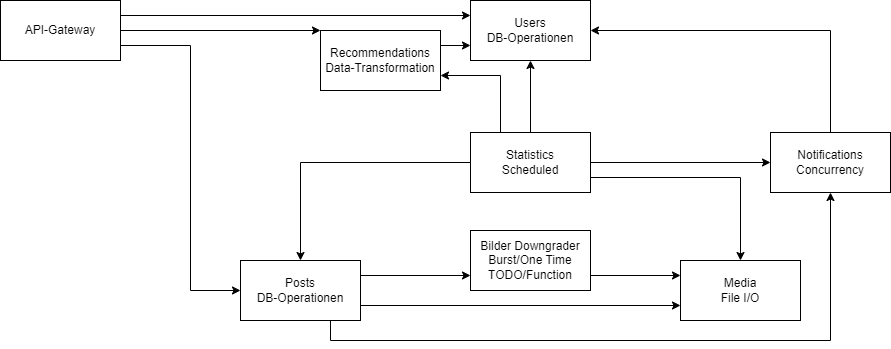
Above: assets/Overview.drawio.png in Tobias-Pe/distributed-systems-energy-efficiency (draw.io), before the change. Source tidied: cells renumbered, new cells last; positions are measured from the earlier drawing's top-left corner, leaving out a move shared by most shapes. The source it was exported from:
```xml
<mxGraphModel>
  <root>
    <mxCell id="0" />
    <mxCell id="1" parent="0" />
    <mxCell id="2" style="edgeStyle=orthogonalEdgeStyle;rounded=0;jettySize=auto;html=1;noEdgeStyle=1;orthogonal=1;exitX=1;exitY=0.25;exitDx=0;exitDy=0;" parent="1" edge="1" source="6" target="8">
      <mxGeometry relative="1" as="geometry" />
    </mxCell>
    <mxCell id="3" value="Users&lt;br&gt;DB-Operationen" style="rounded=0;whiteSpace=wrap;html=1;" parent="1" vertex="1">
      <mxGeometry x="470" width="120" height="60" as="geometry" />
    </mxCell>
    <mxCell id="4" style="edgeStyle=orthogonalEdgeStyle;rounded=0;jettySize=auto;html=1;noEdgeStyle=1;orthogonal=1;exitX=1;exitY=0.75;exitDx=0;exitDy=0;" parent="1" edge="1" source="6" target="19">
      <mxGeometry relative="1" as="geometry" />
    </mxCell>
    <mxCell id="5" style="edgeStyle=orthogonalEdgeStyle;rounded=0;jettySize=auto;html=1;exitX=0.75;exitY=1;exitDx=0;exitDy=0;entryX=0.5;entryY=1;entryDx=0;entryDy=0;" parent="1" edge="1" source="6" target="12">
      <mxGeometry relative="1" as="geometry" />
    </mxCell>
    <mxCell id="6" value="Posts&lt;br&gt;DB-Operationen" style="rounded=0;whiteSpace=wrap;html=1;" parent="1" vertex="1">
      <mxGeometry x="240" y="260" width="120" height="60" as="geometry" />
    </mxCell>
    <mxCell id="7" style="edgeStyle=orthogonalEdgeStyle;rounded=0;jettySize=auto;html=1;noEdgeStyle=1;orthogonal=1;exitX=1;exitY=0.75;exitDx=0;exitDy=0;" parent="1" edge="1" source="8" target="19">
      <mxGeometry relative="1" as="geometry" />
    </mxCell>
    <mxCell id="8" value="Bilder Downgrader&lt;br&gt;Burst/One Time TODO/Function" style="rounded=0;whiteSpace=wrap;html=1;" parent="1" vertex="1">
      <mxGeometry x="470" y="230" width="120" height="60" as="geometry" />
    </mxCell>
    <mxCell id="9" style="edgeStyle=orthogonalEdgeStyle;rounded=0;jettySize=auto;html=1;noEdgeStyle=1;orthogonal=1;entryX=0;entryY=0.75;entryDx=0;entryDy=0;exitX=1;exitY=0.25;exitDx=0;exitDy=0;" parent="1" edge="1" source="10" target="3">
      <mxGeometry relative="1" as="geometry" />
    </mxCell>
    <mxCell id="10" value="Recommendations&lt;div&gt;Data-Transformation&lt;/div&gt;" style="rounded=0;whiteSpace=wrap;html=1;" parent="1" vertex="1">
      <mxGeometry x="320" y="30" width="120" height="60" as="geometry" />
    </mxCell>
    <mxCell id="11" style="edgeStyle=orthogonalEdgeStyle;rounded=0;jettySize=auto;html=1;exitX=0.5;exitY=0;exitDx=0;exitDy=0;entryX=1;entryY=0.5;entryDx=0;entryDy=0;" parent="1" edge="1" source="12" target="3">
      <mxGeometry relative="1" as="geometry" />
    </mxCell>
    <mxCell id="12" value="Notifications&lt;div&gt;Concurrency&lt;/div&gt;" style="rounded=0;whiteSpace=wrap;html=1;" parent="1" vertex="1">
      <mxGeometry x="770" y="132" width="120" height="60" as="geometry" />
    </mxCell>
    <mxCell id="13" style="edgeStyle=orthogonalEdgeStyle;rounded=0;jettySize=auto;html=1;noEdgeStyle=1;orthogonal=1;" parent="1" edge="1" source="18" target="12">
      <mxGeometry relative="1" as="geometry" />
    </mxCell>
    <mxCell id="14" style="edgeStyle=orthogonalEdgeStyle;rounded=0;jettySize=auto;html=1;noEdgeStyle=1;orthogonal=1;entryX=0.5;entryY=0;entryDx=0;entryDy=0;exitX=0;exitY=0.5;exitDx=0;exitDy=0;" parent="1" edge="1" source="18" target="6">
      <mxGeometry relative="1" as="geometry">
        <Array as="points">
          <mxPoint x="300" y="162" />
        </Array>
      </mxGeometry>
    </mxCell>
    <mxCell id="15" style="edgeStyle=orthogonalEdgeStyle;rounded=0;jettySize=auto;html=1;noEdgeStyle=1;orthogonal=1;entryX=1;entryY=0.75;entryDx=0;entryDy=0;" parent="1" edge="1" source="18" target="10">
      <mxGeometry relative="1" as="geometry">
        <Array as="points">
          <mxPoint x="500" y="75" />
        </Array>
      </mxGeometry>
    </mxCell>
    <mxCell id="16" style="edgeStyle=orthogonalEdgeStyle;rounded=0;jettySize=auto;html=1;noEdgeStyle=1;orthogonal=1;" parent="1" edge="1" source="18" target="3">
      <mxGeometry relative="1" as="geometry" />
    </mxCell>
    <mxCell id="17" style="edgeStyle=orthogonalEdgeStyle;rounded=0;jettySize=auto;html=1;noEdgeStyle=1;orthogonal=1;exitX=1;exitY=0.75;exitDx=0;exitDy=0;" parent="1" edge="1" source="18" target="19">
      <mxGeometry relative="1" as="geometry">
        <Array as="points">
          <mxPoint x="740" y="177" />
        </Array>
      </mxGeometry>
    </mxCell>
    <mxCell id="18" value="Statistics&lt;div&gt;Scheduled&lt;/div&gt;" style="rounded=0;whiteSpace=wrap;html=1;" parent="1" vertex="1">
      <mxGeometry x="470" y="132" width="120" height="60" as="geometry" />
    </mxCell>
    <mxCell id="19" value="Media&lt;br&gt;File I/O" style="rounded=0;whiteSpace=wrap;html=1;" parent="1" vertex="1">
      <mxGeometry x="680" y="260" width="120" height="60" as="geometry" />
    </mxCell>
    <mxCell id="20" style="edgeStyle=orthogonalEdgeStyle;rounded=0;jettySize=auto;html=1;noEdgeStyle=1;orthogonal=1;exitX=1;exitY=0.25;exitDx=0;exitDy=0;" parent="1" edge="1" source="23" target="3">
      <mxGeometry relative="1" as="geometry" />
    </mxCell>
    <mxCell id="21" style="edgeStyle=orthogonalEdgeStyle;rounded=0;jettySize=auto;html=1;noEdgeStyle=1;orthogonal=1;exitX=1;exitY=0.75;exitDx=0;exitDy=0;" parent="1" edge="1" source="23" target="6">
      <mxGeometry relative="1" as="geometry">
        <Array as="points">
          <mxPoint x="190" y="45" />
          <mxPoint x="190" y="290" />
        </Array>
      </mxGeometry>
    </mxCell>
    <mxCell id="22" style="edgeStyle=orthogonalEdgeStyle;rounded=0;jettySize=auto;html=1;noEdgeStyle=1;orthogonal=1;exitX=1;exitY=0.5;exitDx=0;exitDy=0;" parent="1" edge="1" source="23" target="10">
      <mxGeometry relative="1" as="geometry" />
    </mxCell>
    <mxCell id="23" value="API-Gateway" style="rounded=0;whiteSpace=wrap;html=1;" parent="1" vertex="1">
      <mxGeometry width="120" height="60" as="geometry" />
    </mxCell>
  </root>
</mxGraphModel>
```
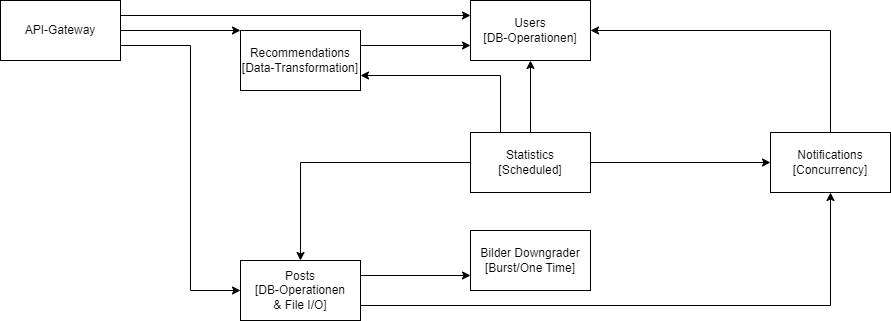
Later version of the same file.

Commit message:
:memo: (diagram) update building blocks - integrate media into posts

What changed in the source:
```diff
@@ -5,34 +5,28 @@
     <mxCell id="2" style="edgeStyle=orthogonalEdgeStyle;rounded=0;jettySize=auto;html=1;noEdgeStyle=1;orthogonal=1;exitX=1;exitY=0.25;exitDx=0;exitDy=0;" parent="1" edge="1" source="6" target="8">
       <mxGeometry relative="1" as="geometry" />
     </mxCell>
-    <mxCell id="3" value="Users&lt;br&gt;DB-Operationen" style="rounded=0;whiteSpace=wrap;html=1;" parent="1" vertex="1">
+    <mxCell id="3" value="Users&lt;br&gt;[DB-Operationen]" style="rounded=0;whiteSpace=wrap;html=1;" parent="1" vertex="1">
       <mxGeometry x="470" width="120" height="60" as="geometry" />
     </mxCell>
-    <mxCell id="4" style="edgeStyle=orthogonalEdgeStyle;rounded=0;jettySize=auto;html=1;noEdgeStyle=1;orthogonal=1;exitX=1;exitY=0.75;exitDx=0;exitDy=0;" parent="1" edge="1" source="6" target="19">
-      <mxGeometry relative="1" as="geometry" />
-    </mxCell>
-    <mxCell id="5" style="edgeStyle=orthogonalEdgeStyle;rounded=0;jettySize=auto;html=1;exitX=0.75;exitY=1;exitDx=0;exitDy=0;entryX=0.5;entryY=1;entryDx=0;entryDy=0;" parent="1" edge="1" source="6" target="12">
+    <mxCell id="5" style="edgeStyle=orthogonalEdgeStyle;rounded=0;jettySize=auto;html=1;exitX=1;exitY=0.75;exitDx=0;exitDy=0;entryX=0.5;entryY=1;entryDx=0;entryDy=0;" parent="1" edge="1" source="6" target="12">
       <mxGeometry relative="1" as="geometry" />
     </mxCell>
-    <mxCell id="6" value="Posts&lt;br&gt;DB-Operationen" style="rounded=0;whiteSpace=wrap;html=1;" parent="1" vertex="1">
+    <mxCell id="6" value="Posts&lt;br&gt;[DB-Operationen&lt;br&gt;&amp;amp; File I/O]" style="rounded=0;whiteSpace=wrap;html=1;" parent="1" vertex="1">
       <mxGeometry x="240" y="260" width="120" height="60" as="geometry" />
     </mxCell>
-    <mxCell id="7" style="edgeStyle=orthogonalEdgeStyle;rounded=0;jettySize=auto;html=1;noEdgeStyle=1;orthogonal=1;exitX=1;exitY=0.75;exitDx=0;exitDy=0;" parent="1" edge="1" source="8" target="19">
-      <mxGeometry relative="1" as="geometry" />
-    </mxCell>
-    <mxCell id="8" value="Bilder Downgrader&lt;br&gt;Burst/One Time TODO/Function" style="rounded=0;whiteSpace=wrap;html=1;" parent="1" vertex="1">
+    <mxCell id="8" value="Bilder Downgrader&lt;br&gt;[Burst/One Time]" style="rounded=0;whiteSpace=wrap;html=1;" parent="1" vertex="1">
       <mxGeometry x="470" y="230" width="120" height="60" as="geometry" />
     </mxCell>
     <mxCell id="9" style="edgeStyle=orthogonalEdgeStyle;rounded=0;jettySize=auto;html=1;noEdgeStyle=1;orthogonal=1;entryX=0;entryY=0.75;entryDx=0;entryDy=0;exitX=1;exitY=0.25;exitDx=0;exitDy=0;" parent="1" edge="1" source="10" target="3">
       <mxGeometry relative="1" as="geometry" />
     </mxCell>
-    <mxCell id="10" value="Recommendations&lt;div&gt;Data-Transformation&lt;/div&gt;" style="rounded=0;whiteSpace=wrap;html=1;" parent="1" vertex="1">
-      <mxGeometry x="320" y="30" width="120" height="60" as="geometry" />
+    <mxCell id="10" value="Recommendations&lt;div&gt;[Data-Transformation]&lt;/div&gt;" style="rounded=0;whiteSpace=wrap;html=1;" parent="1" vertex="1">
+      <mxGeometry x="240" y="30" width="120" height="60" as="geometry" />
     </mxCell>
     <mxCell id="11" style="edgeStyle=orthogonalEdgeStyle;rounded=0;jettySize=auto;html=1;exitX=0.5;exitY=0;exitDx=0;exitDy=0;entryX=1;entryY=0.5;entryDx=0;entryDy=0;" parent="1" edge="1" source="12" target="3">
       <mxGeometry relative="1" as="geometry" />
     </mxCell>
-    <mxCell id="12" value="Notifications&lt;div&gt;Concurrency&lt;/div&gt;" style="rounded=0;whiteSpace=wrap;html=1;" parent="1" vertex="1">
+    <mxCell id="12" value="Notifications&lt;div&gt;[Concurrency]&lt;/div&gt;" style="rounded=0;whiteSpace=wrap;html=1;" parent="1" vertex="1">
       <mxGeometry x="770" y="132" width="120" height="60" as="geometry" />
     </mxCell>
     <mxCell id="13" style="edgeStyle=orthogonalEdgeStyle;rounded=0;jettySize=auto;html=1;noEdgeStyle=1;orthogonal=1;" parent="1" edge="1" source="18" target="12">
@@ -55,19 +49,9 @@
     <mxCell id="16" style="edgeStyle=orthogonalEdgeStyle;rounded=0;jettySize=auto;html=1;noEdgeStyle=1;orthogonal=1;" parent="1" edge="1" source="18" target="3">
       <mxGeometry relative="1" as="geometry" />
     </mxCell>
-    <mxCell id="17" style="edgeStyle=orthogonalEdgeStyle;rounded=0;jettySize=auto;html=1;noEdgeStyle=1;orthogonal=1;exitX=1;exitY=0.75;exitDx=0;exitDy=0;" parent="1" edge="1" source="18" target="19">
-      <mxGeometry relative="1" as="geometry">
-        <Array as="points">
-          <mxPoint x="740" y="177" />
-        </Array>
-      </mxGeometry>
-    </mxCell>
-    <mxCell id="18" value="Statistics&lt;div&gt;Scheduled&lt;/div&gt;" style="rounded=0;whiteSpace=wrap;html=1;" parent="1" vertex="1">
+    <mxCell id="18" value="Statistics&lt;div&gt;[Scheduled]&lt;/div&gt;" style="rounded=0;whiteSpace=wrap;html=1;" parent="1" vertex="1">
       <mxGeometry x="470" y="132" width="120" height="60" as="geometry" />
     </mxCell>
-    <mxCell id="19" value="Media&lt;br&gt;File I/O" style="rounded=0;whiteSpace=wrap;html=1;" parent="1" vertex="1">
-      <mxGeometry x="680" y="260" width="120" height="60" as="geometry" />
-    </mxCell>
     <mxCell id="20" style="edgeStyle=orthogonalEdgeStyle;rounded=0;jettySize=auto;html=1;noEdgeStyle=1;orthogonal=1;exitX=1;exitY=0.25;exitDx=0;exitDy=0;" parent="1" edge="1" source="23" target="3">
       <mxGeometry relative="1" as="geometry" />
     </mxCell>
```
